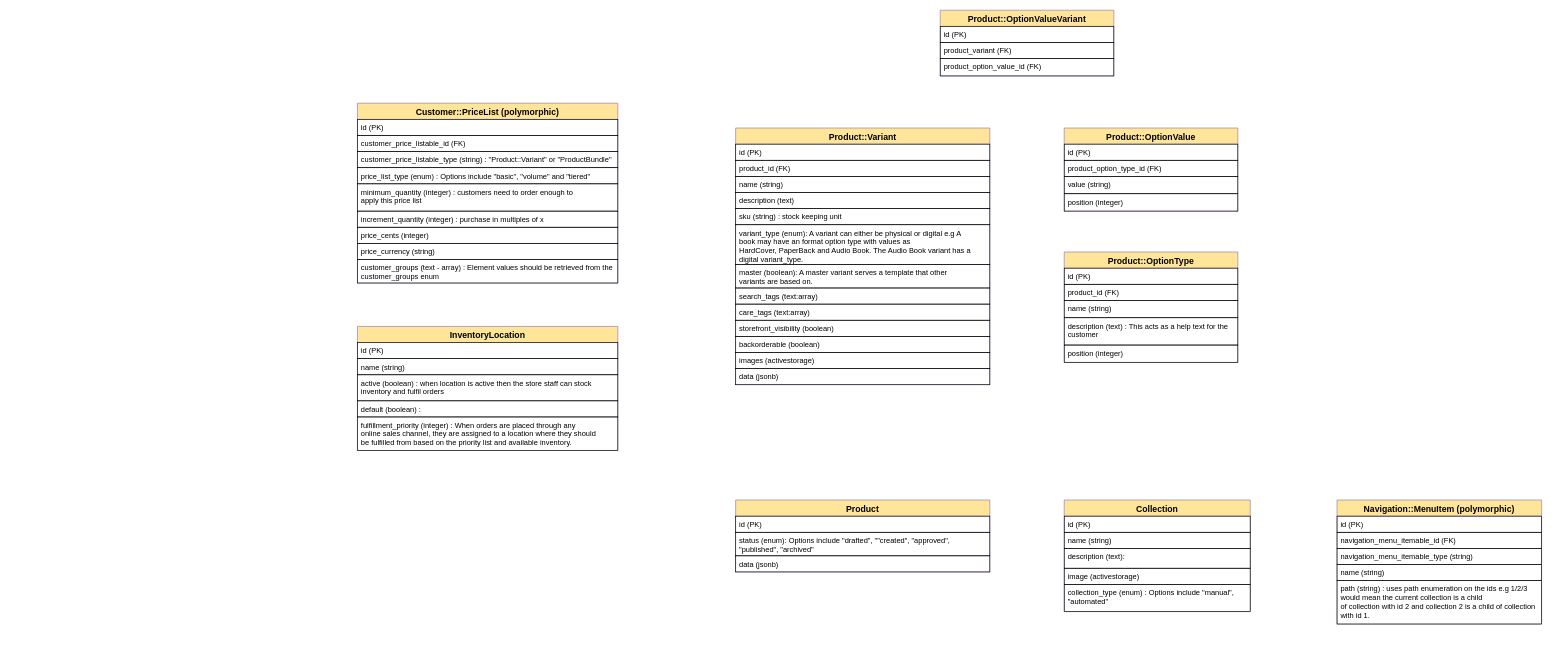
Before: soko-erd.drawio in philip-maina/soko, a draw.io diagram. Source tidied: cells renumbered, new cells numbered last; positions are measured from the earlier drawing's top-left corner, leaving out a move shared by most shapes. Both pictures are drawn from the tidied source at 62%, with x=0, y=0 at pixel (357, 10).
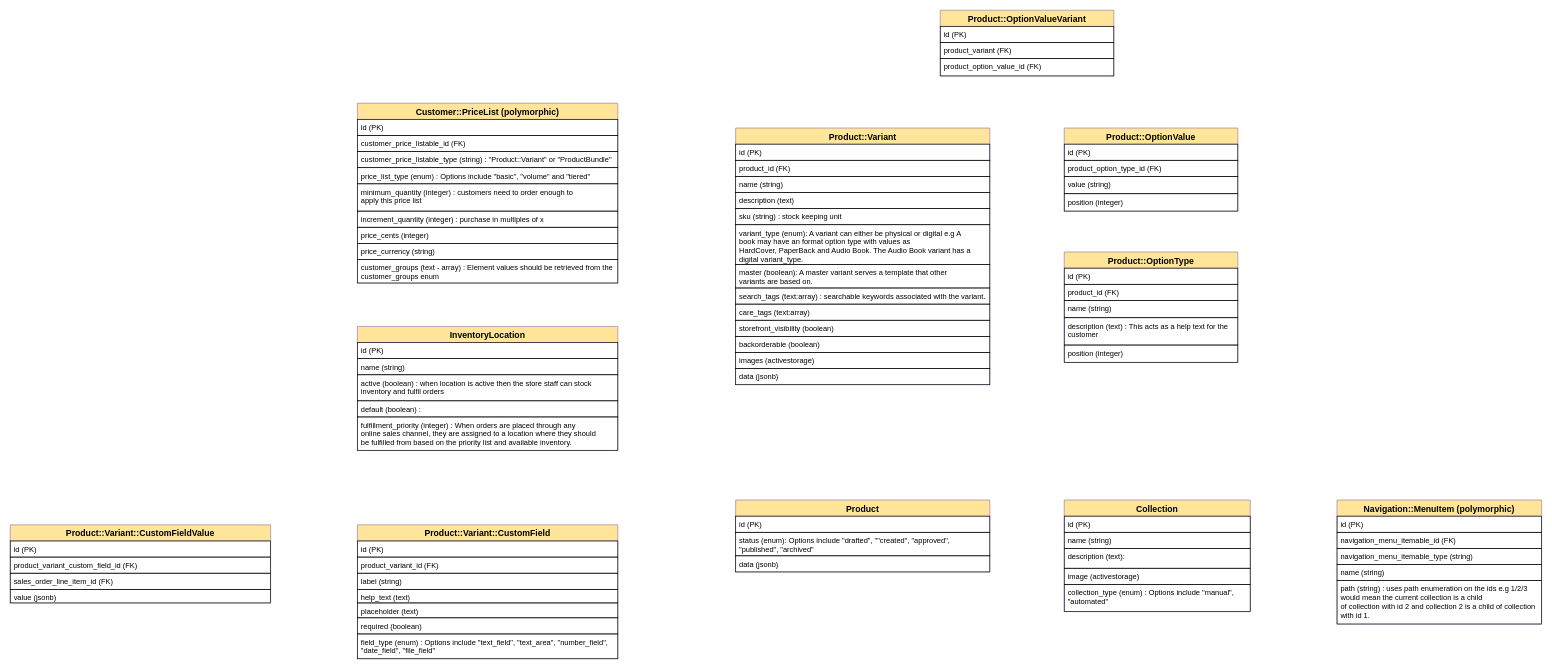
The same page after the edit.

Commit message:
feat (domain modelling) : Added product/variant/custom_field and product/variant/custom_field_values domain models.

The change refers to these unchanged cells:
```xml
<mxCell id="2" value="Product::Variant" style="swimlane;fontStyle=1;horizontal=1;startSize=26;align=center;fontSize=14;strokeColor=#9673a6;fillColor=#FFE599;" parent="1" vertex="1">
  <mxGeometry x="610" y="190" width="410" height="414" as="geometry" />
</mxCell>
```

Change to the diagram source:
```diff
@@
-    <mxCell id="10" value="search_tags (text:array)" style="text;strokeColor=#000000;fillColor=none;spacingLeft=4;spacingRight=4;overflow=hidden;fontSize=12;" parent="2" vertex="1">
+    <mxCell id="10" value="search_tags (text:array) : searchable keywords associated with the variant." style="text;strokeColor=#000000;fillColor=none;spacingLeft=4;spacingRight=4;overflow=hidden;fontSize=12;" parent="2" vertex="1">
       <mxGeometry y="258" width="410" height="26" as="geometry" />
     </mxCell>
@@
+    <mxCell id="63" value="Product::Variant::CustomField" style="swimlane;fontStyle=1;horizontal=1;startSize=26;align=center;fontSize=14;strokeColor=#9673a6;fillColor=#FFE599;" parent="1" vertex="1">
+      <mxGeometry y="830" width="420" height="216" as="geometry" />
+    </mxCell>
+    <mxCell id="64" value="id (PK)" style="text;strokeColor=#000000;fillColor=none;spacingLeft=4;spacingRight=4;overflow=hidden;fontSize=12;" parent="63" vertex="1">
+      <mxGeometry y="26" width="420" height="26" as="geometry" />
+    </mxCell>
+    <mxCell id="65" value="product_variant_id (FK)" style="text;strokeColor=#000000;fillColor=none;spacingLeft=4;spacingRight=4;overflow=hidden;fontSize=12;" parent="63" vertex="1">
+      <mxGeometry y="52" width="420" height="26" as="geometry" />
+    </mxCell>
+    <mxCell id="66" value="label (string)" style="text;strokeColor=#000000;fillColor=none;spacingLeft=4;spacingRight=4;overflow=hidden;fontSize=12;" parent="63" vertex="1">
+      <mxGeometry y="78" width="420" height="26" as="geometry" />
+    </mxCell>
+    <mxCell id="67" value="help_text (text)" style="text;strokeColor=#000000;fillColor=none;spacingLeft=4;spacingRight=4;overflow=hidden;fontSize=12;" parent="63" vertex="1">
+      <mxGeometry y="104" width="420" height="22" as="geometry" />
+    </mxCell>
+    <mxCell id="68" value="placeholder (text)" style="text;strokeColor=#000000;fillColor=none;spacingLeft=4;spacingRight=4;overflow=hidden;fontSize=12;" parent="63" vertex="1">
+      <mxGeometry y="126" width="420" height="24" as="geometry" />
+    </mxCell>
+    <mxCell id="69" value="required (boolean)" style="text;strokeColor=#000000;fillColor=none;spacingLeft=4;spacingRight=4;overflow=hidden;fontSize=12;" parent="63" vertex="1">
+      <mxGeometry y="150" width="420" height="26" as="geometry" />
+    </mxCell>
+    <mxCell id="70" value="field_type (enum) : Options include &quot;text_field&quot;, &quot;text_area&quot;, &quot;number_field&quot;, &#10;&quot;date_field&quot;, &quot;file_field&quot;" style="text;strokeColor=#000000;fillColor=none;spacingLeft=4;spacingRight=4;overflow=hidden;fontSize=12;" parent="63" vertex="1">
+      <mxGeometry y="176" width="420" height="40" as="geometry" />
+    </mxCell>
+    <mxCell id="71" value="Product::Variant::CustomFieldValue" style="swimlane;fontStyle=1;horizontal=1;startSize=26;align=center;fontSize=14;strokeColor=#9673a6;fillColor=#FFE599;" parent="1" vertex="1">
+      <mxGeometry x="-560" y="830" width="420" height="126" as="geometry" />
+    </mxCell>
+    <mxCell id="72" value="id (PK)" style="text;strokeColor=#000000;fillColor=none;spacingLeft=4;spacingRight=4;overflow=hidden;fontSize=12;" parent="71" vertex="1">
+      <mxGeometry y="26" width="420" height="26" as="geometry" />
+    </mxCell>
+    <mxCell id="73" value="product_variant_custom_field_id (FK)" style="text;strokeColor=#000000;fillColor=none;spacingLeft=4;spacingRight=4;overflow=hidden;fontSize=12;" parent="71" vertex="1">
+      <mxGeometry y="52" width="420" height="26" as="geometry" />
+    </mxCell>
+    <mxCell id="74" value="sales_order_line_item_id (FK)" style="text;strokeColor=#000000;fillColor=none;spacingLeft=4;spacingRight=4;overflow=hidden;fontSize=12;" parent="71" vertex="1">
+      <mxGeometry y="78" width="420" height="26" as="geometry" />
+    </mxCell>
+    <mxCell id="75" value="value (jsonb)" style="text;strokeColor=#000000;fillColor=none;spacingLeft=4;spacingRight=4;overflow=hidden;fontSize=12;" parent="71" vertex="1">
+      <mxGeometry y="104" width="420" height="22" as="geometry" />
+    </mxCell>
```
